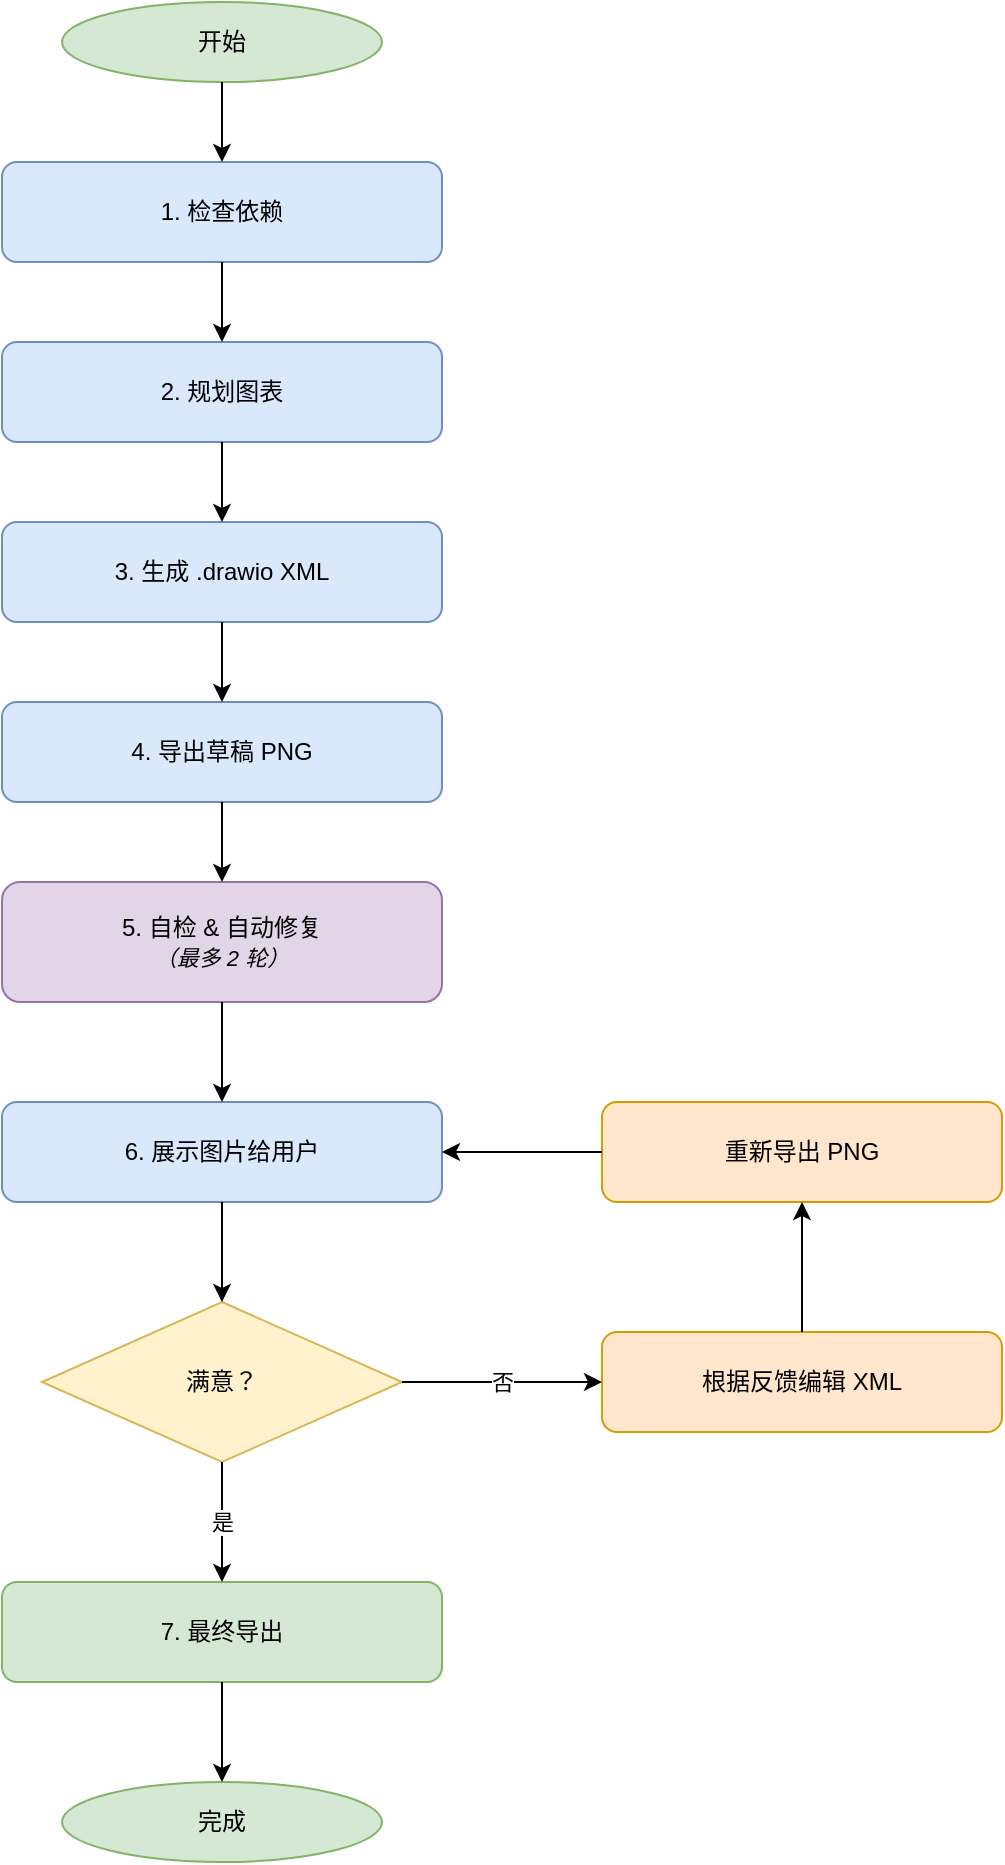
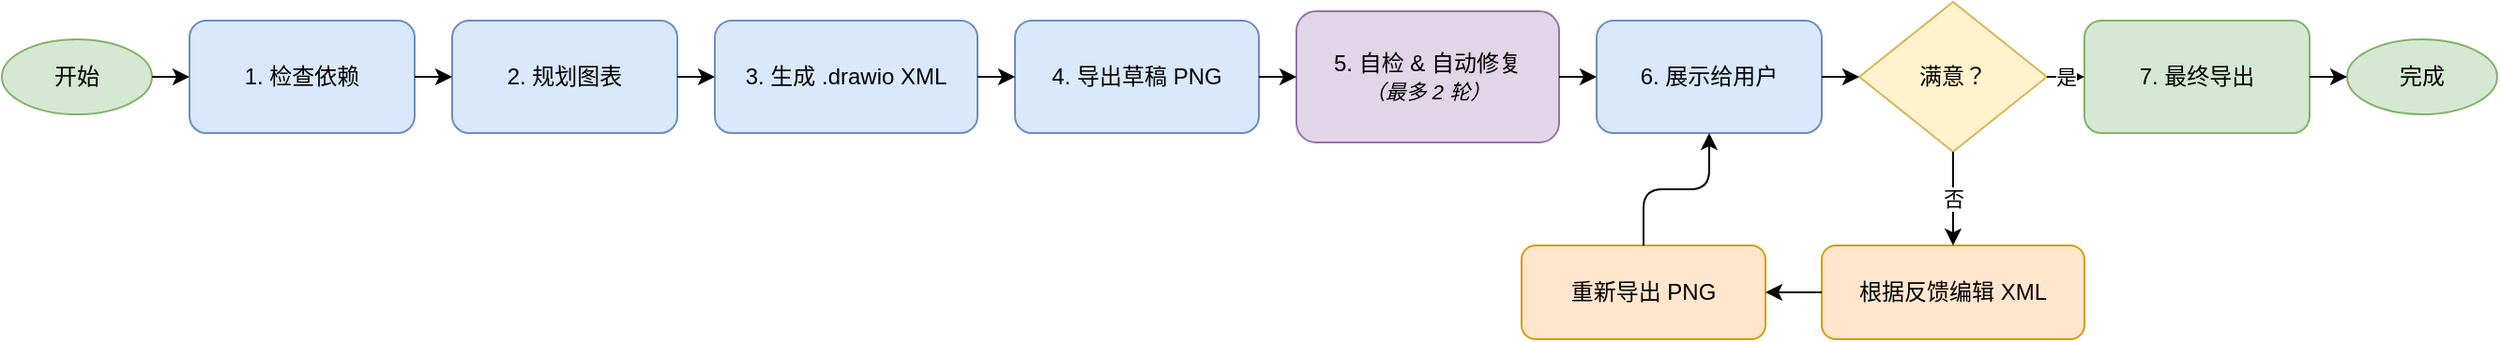
<?xml version="1.0" encoding="UTF-8"?>
<mxfile host="drawio" version="26.0.0">
  <diagram name="Page-1">
-     <mxGraphModel>
+     <mxGraphModel pageWidth="1400" pageHeight="320" grid="1" gridSize="10" guides="1" tooltips="1" connect="1" arrows="1" fold="1" page="1" pageScale="1" math="0" shadow="0">
      <root>
        <mxCell id="0" />
        <mxCell id="1" parent="0" />

        <!-- 开始 -->
        <mxCell id="2" value="开始" style="ellipse;whiteSpace=wrap;html=1;fillColor=#d5e8d4;strokeColor=#82b366;" vertex="1" parent="1">
-           <mxGeometry x="170" y="20" width="160" height="40" as="geometry" />
+           <mxGeometry x="20" y="130" width="80" height="40" as="geometry" />
        </mxCell>

        <!-- 1. 检查依赖 -->
        <mxCell id="3" value="1. 检查依赖" style="rounded=1;whiteSpace=wrap;html=1;fillColor=#dae8fc;strokeColor=#6c8ebf;" vertex="1" parent="1">
-           <mxGeometry x="140" y="100" width="220" height="50" as="geometry" />
+           <mxGeometry x="120" y="120" width="120" height="60" as="geometry" />
        </mxCell>

        <!-- 2. 规划图表 -->
        <mxCell id="4" value="2. 规划图表" style="rounded=1;whiteSpace=wrap;html=1;fillColor=#dae8fc;strokeColor=#6c8ebf;" vertex="1" parent="1">
-           <mxGeometry x="140" y="190" width="220" height="50" as="geometry" />
+           <mxGeometry x="260" y="120" width="120" height="60" as="geometry" />
        </mxCell>

-         <!-- 3. 生成 XML -->
+         <!-- 3. 生成 .drawio XML -->
        <mxCell id="5" value="3. 生成 .drawio XML" style="rounded=1;whiteSpace=wrap;html=1;fillColor=#dae8fc;strokeColor=#6c8ebf;" vertex="1" parent="1">
-           <mxGeometry x="140" y="280" width="220" height="50" as="geometry" />
+           <mxGeometry x="400" y="120" width="140" height="60" as="geometry" />
        </mxCell>

-         <!-- 4. 导出草稿 -->
+         <!-- 4. 导出草稿 PNG -->
        <mxCell id="6" value="4. 导出草稿 PNG" style="rounded=1;whiteSpace=wrap;html=1;fillColor=#dae8fc;strokeColor=#6c8ebf;" vertex="1" parent="1">
-           <mxGeometry x="140" y="370" width="220" height="50" as="geometry" />
+           <mxGeometry x="560" y="120" width="130" height="60" as="geometry" />
        </mxCell>

-         <!-- 5. 自检 -->
+         <!-- 5. 自检 &amp; 自动修复 -->
        <mxCell id="7" value="5. 自检 &amp;amp; 自动修复&lt;br&gt;&lt;i style=&quot;font-size:11px&quot;&gt;（最多 2 轮）&lt;/i&gt;" style="rounded=1;whiteSpace=wrap;html=1;fillColor=#e1d5e7;strokeColor=#9673a6;" vertex="1" parent="1">
-           <mxGeometry x="140" y="460" width="220" height="60" as="geometry" />
+           <mxGeometry x="710" y="115" width="140" height="70" as="geometry" />
        </mxCell>

-         <!-- 6. 展示给用户 -->
-         <mxCell id="8" value="6. 展示图片给用户" style="rounded=1;whiteSpace=wrap;html=1;fillColor=#dae8fc;strokeColor=#6c8ebf;" vertex="1" parent="1">
-           <mxGeometry x="140" y="570" width="220" height="50" as="geometry" />
+         <!-- 6. 展示图片给用户 -->
+         <mxCell id="8" value="6. 展示给用户" style="rounded=1;whiteSpace=wrap;html=1;fillColor=#dae8fc;strokeColor=#6c8ebf;" vertex="1" parent="1">
+           <mxGeometry x="870" y="120" width="120" height="60" as="geometry" />
        </mxCell>

-         <!-- 满意？ -->
+         <!-- 满意? -->
        <mxCell id="9" value="满意？" style="rhombus;whiteSpace=wrap;html=1;fillColor=#fff2cc;strokeColor=#d6b656;" vertex="1" parent="1">
-           <mxGeometry x="160" y="670" width="180" height="80" as="geometry" />
+           <mxGeometry x="1010" y="110" width="100" height="80" as="geometry" />
+         </mxCell>
+ 
+         <!-- 7. 最终导出 -->
+         <mxCell id="12" value="7. 最终导出" style="rounded=1;whiteSpace=wrap;html=1;fillColor=#d5e8d4;strokeColor=#82b366;" vertex="1" parent="1">
+           <mxGeometry x="1130" y="120" width="120" height="60" as="geometry" />
+         </mxCell>
+ 
+         <!-- 完成 -->
+         <mxCell id="13" value="完成" style="ellipse;whiteSpace=wrap;html=1;fillColor=#d5e8d4;strokeColor=#82b366;" vertex="1" parent="1">
+           <mxGeometry x="1270" y="130" width="80" height="40" as="geometry" />
        </mxCell>

        <!-- 根据反馈编辑 XML -->
        <mxCell id="10" value="根据反馈编辑 XML" style="rounded=1;whiteSpace=wrap;html=1;fillColor=#ffe6cc;strokeColor=#d79b00;" vertex="1" parent="1">
-           <mxGeometry x="440" y="685" width="200" height="50" as="geometry" />
+           <mxGeometry x="990" y="240" width="140" height="50" as="geometry" />
        </mxCell>

        <!-- 重新导出 PNG -->
        <mxCell id="11" value="重新导出 PNG" style="rounded=1;whiteSpace=wrap;html=1;fillColor=#ffe6cc;strokeColor=#d79b00;" vertex="1" parent="1">
-           <mxGeometry x="440" y="570" width="200" height="50" as="geometry" />
+           <mxGeometry x="830" y="240" width="130" height="50" as="geometry" />
        </mxCell>

-         <!-- 7. 最终导出 -->
-         <mxCell id="12" value="7. 最终导出" style="rounded=1;whiteSpace=wrap;html=1;fillColor=#d5e8d4;strokeColor=#82b366;" vertex="1" parent="1">
-           <mxGeometry x="140" y="810" width="220" height="50" as="geometry" />
-         </mxCell>
- 
-         <!-- 完成 -->
-         <mxCell id="13" value="完成" style="ellipse;whiteSpace=wrap;html=1;fillColor=#d5e8d4;strokeColor=#82b366;" vertex="1" parent="1">
-           <mxGeometry x="170" y="910" width="160" height="40" as="geometry" />
-         </mxCell>
- 
-         <!-- Edges -->
-         <mxCell id="20" value="" style="edgeStyle=orthogonalEdgeStyle;html=1;exitX=0.5;exitY=1;exitDx=0;exitDy=0;entryX=0.5;entryY=0;entryDx=0;entryDy=0;" edge="1" parent="1" source="2" target="3">
+         <!-- Edges: 主流程 -->
+         <mxCell id="20" value="" style="edgeStyle=orthogonalEdgeStyle;html=1;exitX=1;exitY=0.5;exitDx=0;exitDy=0;entryX=0;entryY=0.5;entryDx=0;entryDy=0;" edge="1" parent="1" source="2" target="3">
          <mxGeometry relative="1" as="geometry" />
        </mxCell>
-         <mxCell id="21" value="" style="edgeStyle=orthogonalEdgeStyle;html=1;exitX=0.5;exitY=1;exitDx=0;exitDy=0;entryX=0.5;entryY=0;entryDx=0;entryDy=0;" edge="1" parent="1" source="3" target="4">
+         <mxCell id="21" value="" style="edgeStyle=orthogonalEdgeStyle;html=1;exitX=1;exitY=0.5;exitDx=0;exitDy=0;entryX=0;entryY=0.5;entryDx=0;entryDy=0;" edge="1" parent="1" source="3" target="4">
          <mxGeometry relative="1" as="geometry" />
        </mxCell>
-         <mxCell id="22" value="" style="edgeStyle=orthogonalEdgeStyle;html=1;exitX=0.5;exitY=1;exitDx=0;exitDy=0;entryX=0.5;entryY=0;entryDx=0;entryDy=0;" edge="1" parent="1" source="4" target="5">
+         <mxCell id="22" value="" style="edgeStyle=orthogonalEdgeStyle;html=1;exitX=1;exitY=0.5;exitDx=0;exitDy=0;entryX=0;entryY=0.5;entryDx=0;entryDy=0;" edge="1" parent="1" source="4" target="5">
          <mxGeometry relative="1" as="geometry" />
        </mxCell>
-         <mxCell id="23" value="" style="edgeStyle=orthogonalEdgeStyle;html=1;exitX=0.5;exitY=1;exitDx=0;exitDy=0;entryX=0.5;entryY=0;entryDx=0;entryDy=0;" edge="1" parent="1" source="5" target="6">
+         <mxCell id="23" value="" style="edgeStyle=orthogonalEdgeStyle;html=1;exitX=1;exitY=0.5;exitDx=0;exitDy=0;entryX=0;entryY=0.5;entryDx=0;entryDy=0;" edge="1" parent="1" source="5" target="6">
          <mxGeometry relative="1" as="geometry" />
        </mxCell>
-         <mxCell id="24" value="" style="edgeStyle=orthogonalEdgeStyle;html=1;exitX=0.5;exitY=1;exitDx=0;exitDy=0;entryX=0.5;entryY=0;entryDx=0;entryDy=0;" edge="1" parent="1" source="6" target="7">
+         <mxCell id="24" value="" style="edgeStyle=orthogonalEdgeStyle;html=1;exitX=1;exitY=0.5;exitDx=0;exitDy=0;entryX=0;entryY=0.5;entryDx=0;entryDy=0;" edge="1" parent="1" source="6" target="7">
          <mxGeometry relative="1" as="geometry" />
        </mxCell>
-         <mxCell id="25" value="" style="edgeStyle=orthogonalEdgeStyle;html=1;exitX=0.5;exitY=1;exitDx=0;exitDy=0;entryX=0.5;entryY=0;entryDx=0;entryDy=0;" edge="1" parent="1" source="7" target="8">
+         <mxCell id="25" value="" style="edgeStyle=orthogonalEdgeStyle;html=1;exitX=1;exitY=0.5;exitDx=0;exitDy=0;entryX=0;entryY=0.5;entryDx=0;entryDy=0;" edge="1" parent="1" source="7" target="8">
          <mxGeometry relative="1" as="geometry" />
        </mxCell>
-         <mxCell id="26" value="" style="edgeStyle=orthogonalEdgeStyle;html=1;exitX=0.5;exitY=1;exitDx=0;exitDy=0;entryX=0.5;entryY=0;entryDx=0;entryDy=0;" edge="1" parent="1" source="8" target="9">
+         <mxCell id="26" value="" style="edgeStyle=orthogonalEdgeStyle;html=1;exitX=1;exitY=0.5;exitDx=0;exitDy=0;entryX=0;entryY=0.5;entryDx=0;entryDy=0;" edge="1" parent="1" source="8" target="9">
          <mxGeometry relative="1" as="geometry" />
        </mxCell>

-         <!-- 满意 → 是 → 最终导出 -->
-         <mxCell id="27" value="是" style="edgeStyle=orthogonalEdgeStyle;html=1;exitX=0.5;exitY=1;exitDx=0;exitDy=0;entryX=0.5;entryY=0;entryDx=0;entryDy=0;" edge="1" parent="1" source="9" target="12">
-           <mxGeometry relative="1" as="geometry" />
-         </mxCell>
- 
-         <!-- 满意 → 否 → 编辑 XML -->
-         <mxCell id="28" value="否" style="edgeStyle=orthogonalEdgeStyle;html=1;exitX=1;exitY=0.5;exitDx=0;exitDy=0;entryX=0;entryY=0.5;entryDx=0;entryDy=0;" edge="1" parent="1" source="9" target="10">
-           <mxGeometry relative="1" as="geometry" />
-         </mxCell>
- 
-         <!-- 编辑 → 重新导出 -->
-         <mxCell id="29" value="" style="edgeStyle=orthogonalEdgeStyle;html=1;exitX=0.5;exitY=0;exitDx=0;exitDy=0;entryX=0.5;entryY=1;entryDx=0;entryDy=0;" edge="1" parent="1" source="10" target="11">
-           <mxGeometry relative="1" as="geometry" />
-         </mxCell>
- 
-         <!-- 重新导出 → 展示（循环） -->
-         <mxCell id="30" value="" style="edgeStyle=orthogonalEdgeStyle;html=1;exitX=0;exitY=0.5;exitDx=0;exitDy=0;entryX=1;entryY=0.5;entryDx=0;entryDy=0;" edge="1" parent="1" source="11" target="8">
+         <!-- 满意? → 是 → 最终导出 -->
+         <mxCell id="27" value="是" style="edgeStyle=orthogonalEdgeStyle;html=1;exitX=1;exitY=0.5;exitDx=0;exitDy=0;entryX=0;entryY=0.5;entryDx=0;entryDy=0;" edge="1" parent="1" source="9" target="12">
          <mxGeometry relative="1" as="geometry" />
        </mxCell>

        <!-- 最终导出 → 完成 -->
-         <mxCell id="31" value="" style="edgeStyle=orthogonalEdgeStyle;html=1;exitX=0.5;exitY=1;exitDx=0;exitDy=0;entryX=0.5;entryY=0;entryDx=0;entryDy=0;" edge="1" parent="1" source="12" target="13">
+         <mxCell id="31" value="" style="edgeStyle=orthogonalEdgeStyle;html=1;exitX=1;exitY=0.5;exitDx=0;exitDy=0;entryX=0;entryY=0.5;entryDx=0;entryDy=0;" edge="1" parent="1" source="12" target="13">
+           <mxGeometry relative="1" as="geometry" />
+         </mxCell>
+ 
+         <!-- 满意? → 否 → 编辑 XML -->
+         <mxCell id="28" value="否" style="edgeStyle=orthogonalEdgeStyle;html=1;exitX=0.5;exitY=1;exitDx=0;exitDy=0;entryX=0.5;entryY=0;entryDx=0;entryDy=0;" edge="1" parent="1" source="9" target="10">
+           <mxGeometry relative="1" as="geometry" />
+         </mxCell>
+ 
+         <!-- 编辑 XML → 重新导出 -->
+         <mxCell id="29" value="" style="edgeStyle=orthogonalEdgeStyle;html=1;exitX=0;exitY=0.5;exitDx=0;exitDy=0;entryX=1;entryY=0.5;entryDx=0;entryDy=0;" edge="1" parent="1" source="10" target="11">
+           <mxGeometry relative="1" as="geometry" />
+         </mxCell>
+ 
+         <!-- 重新导出 → 6. 展示给用户 -->
+         <mxCell id="30" value="" style="edgeStyle=orthogonalEdgeStyle;html=1;exitX=0.5;exitY=0;exitDx=0;exitDy=0;entryX=0.5;entryY=1;entryDx=0;entryDy=0;" edge="1" parent="1" source="11" target="8">
          <mxGeometry relative="1" as="geometry" />
        </mxCell>

      </root>
    </mxGraphModel>
  </diagram>
</mxfile>
